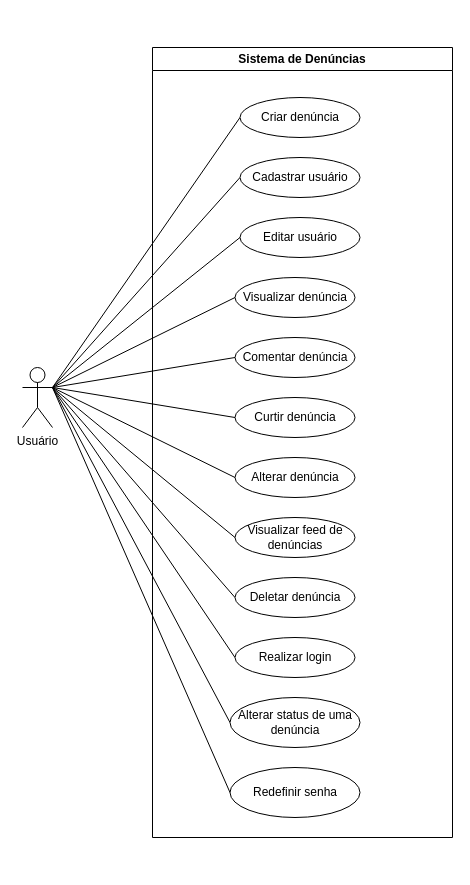
This is Documentação/Diagramas/Diagrama de Caso de Uso.drawio from frsouzaa/Documentacao-TCC-NossaVia, a draw.io file, before an edit. Source tidied: cells renumbered, new cells numbered last; positions are measured from the earlier drawing's top-left corner, leaving out a move shared by most shapes. Both pictures are drawn from the tidied source at 100%, with x=0, y=0 at pixel (22, 47).
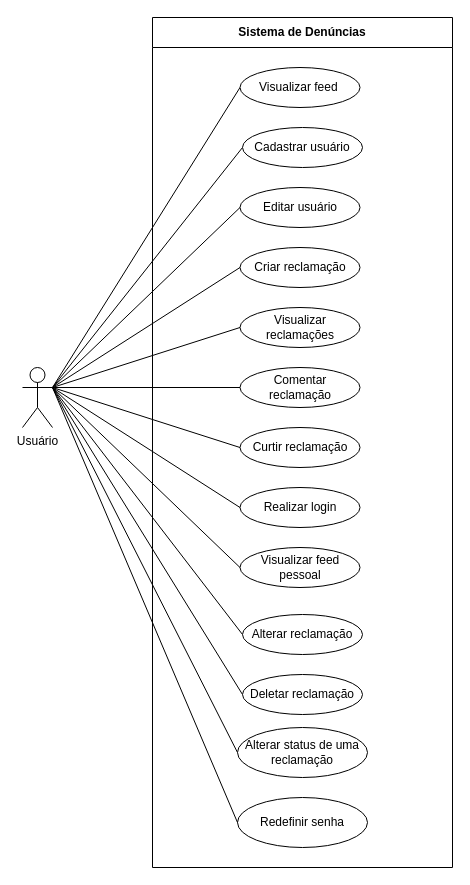
The same page after the edit.

The change refers to these unchanged cells:
```xml
<mxCell id="2" value="Usuário" style="shape=umlActor;verticalLabelPosition=bottom;verticalAlign=top;html=1;outlineConnect=0;" parent="1" vertex="1">
  <mxGeometry y="320" width="30" height="60" as="geometry" />
</mxCell>
```

The edit, as a diff of the source:
```diff
@@
+    <mxCell id="29" style="rounded=0;jettySize=auto;html=1;exitX=1;exitY=0.3333333333333333;exitDx=0;exitDy=0;exitPerimeter=0;entryX=0;entryY=0.5;entryDx=0;entryDy=0;endArrow=none;endFill=0;" parent="1" edge="1" source="2" target="30">
+      <mxGeometry relative="1" as="geometry" />
+    </mxCell>
@@
-    <mxCell id="13" value="Sistema de Denúncias" style="swimlane;whiteSpace=wrap;html=1;" parent="1" vertex="1">
-      <mxGeometry x="130" width="300" height="790" as="geometry" />
+    <mxCell id="13" value="Sistema de Denúncias" style="swimlane;whiteSpace=wrap;html=1;startSize=30;" parent="1" vertex="1">
+      <mxGeometry x="130" y="-30" width="300" height="850" as="geometry" />
     </mxCell>
-    <mxCell id="14" value="Alterar status de uma denúncia" style="ellipse;whiteSpace=wrap;html=1;align=center;" parent="13" vertex="1">
-      <mxGeometry x="77.5" y="650" width="130" height="50" as="geometry" />
+    <mxCell id="14" value="Alterar status de uma reclamação" style="ellipse;whiteSpace=wrap;html=1;align=center;" parent="13" vertex="1">
+      <mxGeometry x="85" y="710" width="130" height="50" as="geometry" />
     </mxCell>
     <mxCell id="15" value="Cadastrar usuário" style="ellipse;whiteSpace=wrap;html=1;align=center;" parent="13" vertex="1">
-      <mxGeometry x="87.5" y="110" width="120" height="40" as="geometry" />
+      <mxGeometry x="90" y="110" width="120" height="40" as="geometry" />
     </mxCell>
     <mxCell id="16" value="Realizar login" style="ellipse;whiteSpace=wrap;html=1;align=center;" parent="13" vertex="1">
-      <mxGeometry x="82.5" y="590" width="120" height="40" as="geometry" />
+      <mxGeometry x="87.5" y="470" width="120" height="40" as="geometry" />
     </mxCell>
-    <mxCell id="17" value="Visualizar feed de denúncias" style="ellipse;whiteSpace=wrap;html=1;align=center;" parent="13" vertex="1">
-      <mxGeometry x="82.5" y="470" width="120" height="40" as="geometry" />
-    </mxCell>
-    <mxCell id="18" value="Deletar denúncia" style="ellipse;whiteSpace=wrap;html=1;align=center;" parent="13" vertex="1">
-      <mxGeometry x="82.5" y="530" width="120" height="40" as="geometry" />
+    <mxCell id="18" value="Deletar reclamação" style="ellipse;whiteSpace=wrap;html=1;align=center;" parent="13" vertex="1">
+      <mxGeometry x="90" y="657" width="120" height="40" as="geometry" />
     </mxCell>
-    <mxCell id="19" value="Alterar denúncia" style="ellipse;whiteSpace=wrap;html=1;align=center;" parent="13" vertex="1">
-      <mxGeometry x="82.5" y="410" width="120" height="40" as="geometry" />
+    <mxCell id="19" value="Alterar reclamação" style="ellipse;whiteSpace=wrap;html=1;align=center;" parent="13" vertex="1">
+      <mxGeometry x="90" y="597" width="120" height="40" as="geometry" />
     </mxCell>
-    <mxCell id="20" value="Visualizar denúncia" style="ellipse;whiteSpace=wrap;html=1;align=center;" parent="13" vertex="1">
-      <mxGeometry x="82.5" y="230" width="120" height="40" as="geometry" />
+    <mxCell id="20" value="Visualizar reclamações" style="ellipse;whiteSpace=wrap;html=1;align=center;" parent="13" vertex="1">
+      <mxGeometry x="87.5" y="290" width="120" height="40" as="geometry" />
     </mxCell>
-    <mxCell id="21" value="Comentar denúncia" style="ellipse;whiteSpace=wrap;html=1;align=center;" parent="13" vertex="1">
-      <mxGeometry x="82.5" y="290" width="120" height="40" as="geometry" />
+    <mxCell id="21" value="Comentar reclamação" style="ellipse;whiteSpace=wrap;html=1;align=center;" parent="13" vertex="1">
+      <mxGeometry x="87.5" y="350" width="120" height="40" as="geometry" />
     </mxCell>
-    <mxCell id="22" value="Curtir denúncia" style="ellipse;whiteSpace=wrap;html=1;align=center;" parent="13" vertex="1">
-      <mxGeometry x="82.5" y="350" width="120" height="40" as="geometry" />
+    <mxCell id="22" value="Curtir reclamação" style="ellipse;whiteSpace=wrap;html=1;align=center;" parent="13" vertex="1">
+      <mxGeometry x="87.5" y="410" width="120" height="40" as="geometry" />
     </mxCell>
+    <mxCell id="24" value="Editar usuário" style="ellipse;whiteSpace=wrap;html=1;align=center;" parent="13" vertex="1">
+      <mxGeometry x="87.5" y="170" width="120" height="40" as="geometry" />
+    </mxCell>
+    <mxCell id="26" value="Redefinir senha" style="ellipse;whiteSpace=wrap;html=1;align=center;" parent="13" vertex="1">
+      <mxGeometry x="85" y="780" width="130" height="50" as="geometry" />
+    </mxCell>
+    <mxCell id="30" value="Visualizar feed pessoal" style="ellipse;whiteSpace=wrap;html=1;align=center;" parent="13" vertex="1">
+      <mxGeometry x="87.5" y="530" width="120" height="40" as="geometry" />
+    </mxCell>
+    <mxCell id="17" value="Visualizar feed&amp;nbsp;" style="ellipse;whiteSpace=wrap;html=1;align=center;" parent="13" vertex="1">
+      <mxGeometry x="87.5" y="50" width="120" height="40" as="geometry" />
+    </mxCell>
@@
-    <mxCell id="24" value="Editar usuário" style="ellipse;whiteSpace=wrap;html=1;align=center;" parent="13" vertex="1">
-      <mxGeometry x="87.5" y="170" width="120" height="40" as="geometry" />
-    </mxCell>
-    <mxCell id="25" value="Criar denúncia" style="ellipse;whiteSpace=wrap;html=1;align=center;" parent="13" vertex="1">
-      <mxGeometry x="87.5" y="50" width="120" height="40" as="geometry" />
+    <mxCell id="25" value="Criar reclamação" style="ellipse;whiteSpace=wrap;html=1;align=center;" parent="13" vertex="1">
+      <mxGeometry x="87.5" y="230" width="120" height="40" as="geometry" />
     </mxCell>
-    <mxCell id="26" value="Redefinir senha" style="ellipse;whiteSpace=wrap;html=1;align=center;" parent="13" vertex="1">
-      <mxGeometry x="77.5" y="720" width="130" height="50" as="geometry" />
-    </mxCell>
```
